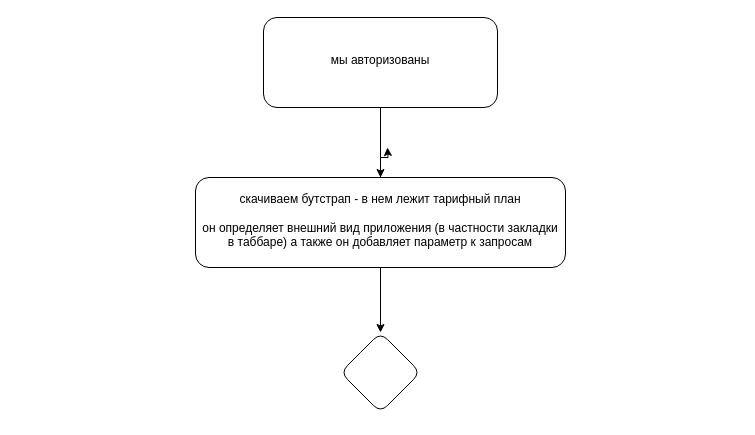
Before: page "Страница 2" (2 of 2) of Диаграмма без названия.drawio in Izulle/Draw, a draw.io diagram. Source tidied: cells renumbered, new cells numbered last; positions are measured from the earlier drawing's top-left corner, leaving out a move shared by most shapes. Both pictures are drawn from the tidied source at 100%, with x=0, y=0 at pixel (195, 17).
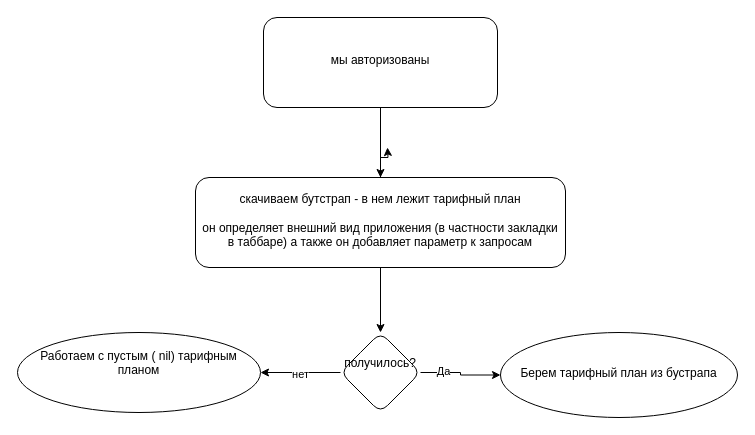
Above is the later version.

Diff of the diagram source:
```diff
@@
 <mxGraphModel>
   <root>
     <mxCell id="0" />
     <mxCell id="1" parent="0" />
     <mxCell id="2" style="edgeStyle=orthogonalEdgeStyle;rounded=0;jettySize=auto;html=1;" parent="1" edge="1" source="3" target="6">
       <mxGeometry relative="1" as="geometry" />
     </mxCell>
     <mxCell id="3" value="мы авторизованы" style="whiteSpace=wrap;html=1;rounded=1;shadow=0;strokeWidth=1;spacing=6;spacingTop=-4;" parent="1" vertex="1">
       <mxGeometry x="68" width="234" height="90" as="geometry" />
     </mxCell>
     <mxCell id="4" style="edgeStyle=orthogonalEdgeStyle;rounded=0;jettySize=auto;html=1;" parent="1" edge="1" source="6" target="7">
       <mxGeometry relative="1" as="geometry" />
     </mxCell>
     <mxCell id="5" style="edgeStyle=orthogonalEdgeStyle;rounded=0;jettySize=auto;html=1;" parent="1" edge="1" source="6">
       <mxGeometry relative="1" as="geometry">
         <mxPoint x="192" y="130" as="targetPoint" />
       </mxGeometry>
     </mxCell>
     <mxCell id="6" value="&lt;div&gt;скачиваем бутстрап - в нем лежит тарифный план&lt;br&gt;&lt;/div&gt;&lt;div&gt;&lt;br&gt;&lt;/div&gt;он определяет внешний вид приложения (в частности закладки в таббаре) а также он добавляет параметр к запросам" style="whiteSpace=wrap;html=1;rounded=1;shadow=0;strokeWidth=1;spacing=6;spacingTop=-4;" parent="1" vertex="1">
       <mxGeometry y="160" width="370" height="90" as="geometry" />
     </mxCell>
+    <mxCell id="8" style="edgeStyle=orthogonalEdgeStyle;rounded=0;jettySize=auto;html=1;" parent="1" edge="1" source="7" target="12">
+      <mxGeometry relative="1" as="geometry" />
+    </mxCell>
+    <mxCell id="9" value="Да" style="edgeLabel;html=1;align=center;verticalAlign=middle;" parent="8" vertex="1">
+      <mxGeometry x="-0.47" y="2" relative="1" as="geometry" />
+    </mxCell>
+    <mxCell id="10" style="edgeStyle=orthogonalEdgeStyle;rounded=0;jettySize=auto;html=1;" parent="1" edge="1" source="7" target="13">
+      <mxGeometry relative="1" as="geometry" />
+    </mxCell>
+    <mxCell id="11" value="нет" style="edgeLabel;html=1;align=center;verticalAlign=middle;" parent="10" vertex="1">
+      <mxGeometry x="0.03" y="1" relative="1" as="geometry" />
+    </mxCell>
-    <mxCell id="7" style="rhombus;whiteSpace=wrap;html=1;rounded=1;shadow=0;strokeWidth=1;spacing=6;spacingTop=-4;" parent="1" vertex="1">
+    <mxCell id="7" value="&lt;div&gt;получилось?&lt;/div&gt;&lt;div&gt;&lt;br&gt;&lt;/div&gt;" style="rhombus;whiteSpace=wrap;html=1;rounded=1;shadow=0;strokeWidth=1;spacing=6;spacingTop=-4;" parent="1" vertex="1">
       <mxGeometry x="145" y="315" width="80" height="80" as="geometry" />
     </mxCell>
+    <mxCell id="12" value="Берем тарифный план из бустрапа" style="ellipse;whiteSpace=wrap;html=1;rounded=1;shadow=0;strokeWidth=1;spacing=6;spacingTop=-4;" parent="1" vertex="1">
+      <mxGeometry x="305" y="315" width="237" height="85" as="geometry" />
+    </mxCell>
+    <mxCell id="13" value="&lt;div&gt;Работаем с пустым ( nil) тарифным планом&lt;/div&gt;&lt;div&gt;&lt;br&gt;&lt;/div&gt;" style="ellipse;whiteSpace=wrap;html=1;rounded=1;shadow=0;strokeWidth=1;spacing=6;spacingTop=-4;" parent="1" vertex="1">
+      <mxGeometry x="-178" y="315" width="243" height="80" as="geometry" />
+    </mxCell>
   </root>
 </mxGraphModel>
```
